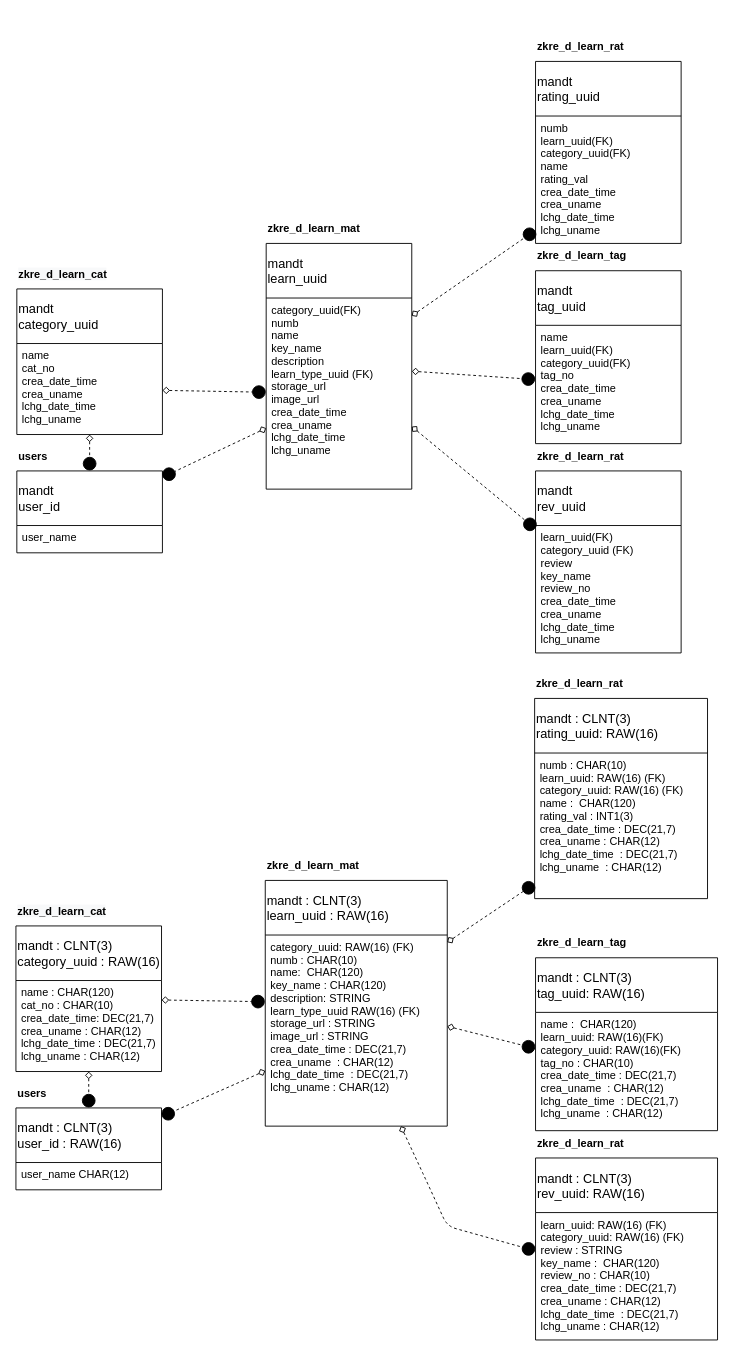
Earlier version of the draw.io diagram shema.drawio (EgorKrs/Asmodeus_app). Source tidied: cells renumbered, new cells numbered last; positions are measured from the earlier drawing's top-left corner, leaving out a move shared by most shapes. Both pictures are drawn from the tidied source at 91%, with x=0, y=0 at pixel (15, 34).
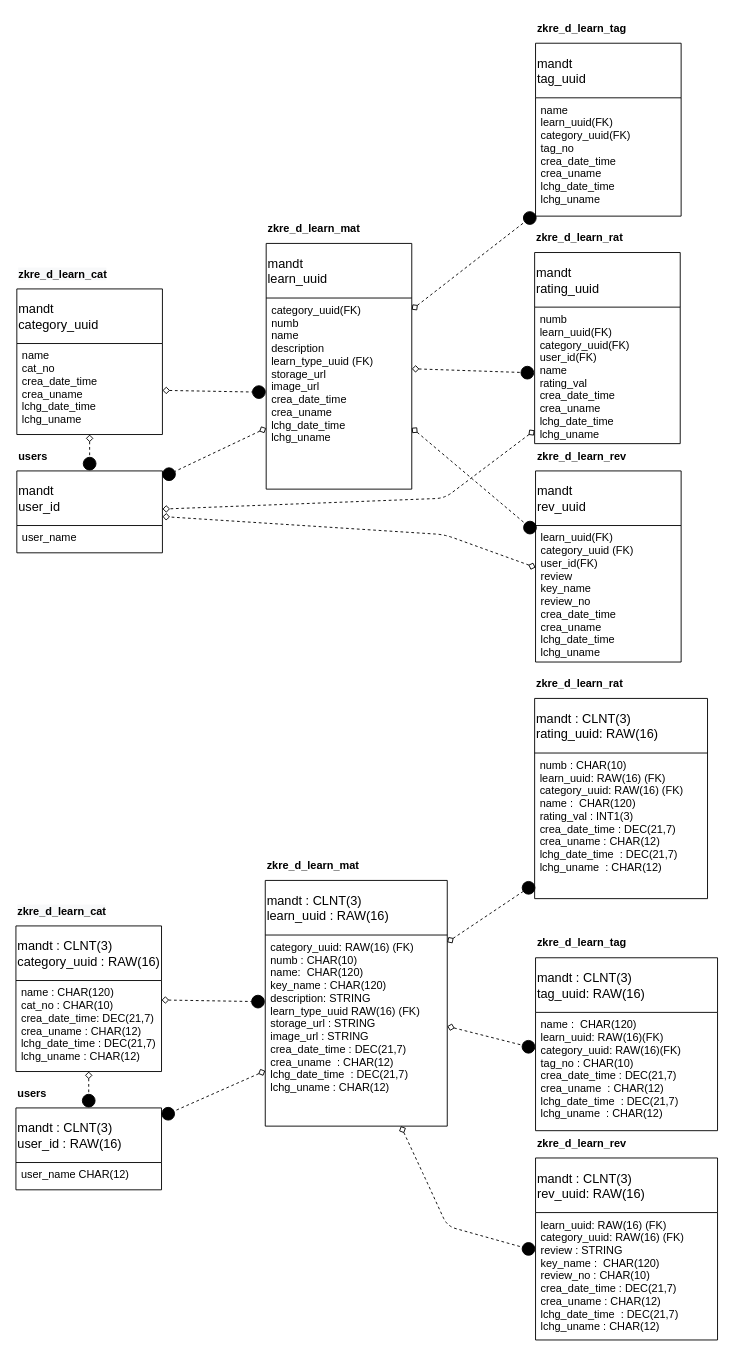
Above is the later version.

Unchanged cells that the change refers to:
```xml
<mxCell id="5" value="mandt&#10;learn_uuid" style="swimlane;fontStyle=0;horizontal=1;startSize=60;align=left;fontSize=14;" parent="1" vertex="1">
  <mxGeometry x="275" y="230" width="160" height="270" as="geometry" />
</mxCell>
<mxCell id="21" value="mandt&#10;user_id" style="swimlane;fontStyle=0;horizontal=1;startSize=60;align=left;fontSize=14;" parent="1" vertex="1">
  <mxGeometry x="1" y="480" width="160" height="90" as="geometry" />
</mxCell>
```

What changed in the source:
```diff
@@
-    <mxCell id="6" value="category_uuid(FK)&#10;numb            &#10;name            &#10;key_name        &#10;description     &#10;learn_type_uuid (FK)&#10;storage_url      &#10;image_url          &#10;crea_date_time &#10;crea_uname     &#10;lchg_date_time  &#10;lchg_uname     " style="text;strokeColor=none;fillColor=none;spacingLeft=4;spacingRight=4;overflow=hidden;points=[[0,0.5],[1,0.5]];portConstraint=eastwest;fontSize=12;align=left;" parent="5" vertex="1">
+    <mxCell id="6" value="category_uuid(FK)&#10;numb            &#10;name                    &#10;description     &#10;learn_type_uuid (FK)&#10;storage_url      &#10;image_url          &#10;crea_date_time &#10;crea_uname     &#10;lchg_date_time  &#10;lchg_uname     " style="text;strokeColor=none;fillColor=none;spacingLeft=4;spacingRight=4;overflow=hidden;points=[[0,0.5],[1,0.5]];portConstraint=eastwest;fontSize=12;align=left;" parent="5" vertex="1">
       <mxGeometry y="60" width="160" height="210" as="geometry" />
     </mxCell>
@@
     <mxCell id="8" value="mandt&#10;rating_uuid" style="swimlane;fontStyle=0;horizontal=1;startSize=60;align=left;fontSize=14;" parent="1" vertex="1">
-      <mxGeometry x="571" y="30" width="160" height="200" as="geometry" />
+      <mxGeometry x="570" y="240" width="160" height="210" as="geometry" />
     </mxCell>
-    <mxCell id="9" value="numb              &#10;learn_uuid(FK)        &#10;category_uuid(FK)  &#10;name            &#10;rating_val             &#10;crea_date_time &#10;crea_uname     &#10;lchg_date_time  &#10;lchg_uname     " style="text;strokeColor=none;fillColor=none;spacingLeft=4;spacingRight=4;overflow=hidden;points=[[0,0.5],[1,0.5]];portConstraint=eastwest;fontSize=12;align=left;" parent="8" vertex="1">
-      <mxGeometry y="60" width="160" height="140" as="geometry" />
+    <mxCell id="9" value="numb              &#10;learn_uuid(FK)        &#10;category_uuid(FK) &#10;user_id(FK) &#10;name            &#10;rating_val             &#10;crea_date_time &#10;crea_uname     &#10;lchg_date_time  &#10;lchg_uname     " style="text;strokeColor=none;fillColor=none;spacingLeft=4;spacingRight=4;overflow=hidden;points=[[0,0.5],[1,0.5]];portConstraint=eastwest;fontSize=12;align=left;" parent="8" vertex="1">
+      <mxGeometry y="60" width="160" height="150" as="geometry" />
     </mxCell>
     <mxCell id="10" value="&lt;div style=&quot;text-align: center&quot;&gt;&lt;span&gt;&lt;b&gt;zkre_d_learn_rat&lt;/b&gt;&lt;/span&gt;&lt;/div&gt;" style="text;whiteSpace=wrap;html=1;" parent="1" vertex="1">
-      <mxGeometry x="571" width="120" height="30" as="geometry" />
+      <mxGeometry x="570" y="210" width="120" height="30" as="geometry" />
     </mxCell>
     <mxCell id="11" value="mandt&#10;rev_uuid" style="swimlane;fontStyle=0;horizontal=1;startSize=60;align=left;fontSize=14;" parent="1" vertex="1">
-      <mxGeometry x="571" y="480" width="160" height="200" as="geometry" />
+      <mxGeometry x="571" y="480" width="160" height="210" as="geometry" />
     </mxCell>
-    <mxCell id="12" value="learn_uuid(FK)&#10;category_uuid (FK)&#10;review       &#10;key_name    &#10;review_no                  &#10;crea_date_time &#10;crea_uname     &#10;lchg_date_time  &#10;lchg_uname     " style="text;strokeColor=none;fillColor=none;spacingLeft=4;spacingRight=4;overflow=hidden;points=[[0,0.5],[1,0.5]];portConstraint=eastwest;fontSize=12;align=left;" parent="11" vertex="1">
-      <mxGeometry y="60" width="160" height="140" as="geometry" />
+    <mxCell id="12" value="learn_uuid(FK)&#10;category_uuid (FK)&#10;user_id(FK)&#10;review       &#10;key_name    &#10;review_no                  &#10;crea_date_time &#10;crea_uname     &#10;lchg_date_time  &#10;lchg_uname     " style="text;strokeColor=none;fillColor=none;spacingLeft=4;spacingRight=4;overflow=hidden;points=[[0,0.5],[1,0.5]];portConstraint=eastwest;fontSize=12;align=left;" parent="11" vertex="1">
+      <mxGeometry y="60" width="160" height="150" as="geometry" />
     </mxCell>
-    <mxCell id="13" value="&lt;div style=&quot;text-align: center&quot;&gt;&lt;span&gt;&lt;b&gt;zkre_d_learn_rat&lt;/b&gt;&lt;/span&gt;&lt;/div&gt;" style="text;whiteSpace=wrap;html=1;" parent="1" vertex="1">
+    <mxCell id="13" value="&lt;div style=&quot;text-align: center&quot;&gt;&lt;span&gt;&lt;b&gt;zkre_d_learn_rev&lt;/b&gt;&lt;/span&gt;&lt;/div&gt;" style="text;whiteSpace=wrap;html=1;" parent="1" vertex="1">
       <mxGeometry x="571" y="450" width="120" height="30" as="geometry" />
     </mxCell>
     <mxCell id="14" value="mandt&#10;tag_uuid" style="swimlane;fontStyle=0;horizontal=1;startSize=60;align=left;fontSize=14;" parent="1" vertex="1">
-      <mxGeometry x="571" y="260" width="160" height="190" as="geometry" />
+      <mxGeometry x="571" y="10" width="160" height="190" as="geometry" />
     </mxCell>
@@
     <mxCell id="16" value="&lt;div style=&quot;text-align: center&quot;&gt;&lt;b&gt;zkre_d_learn_tag&lt;/b&gt;&lt;br&gt;&lt;/div&gt;" style="text;whiteSpace=wrap;html=1;" parent="1" vertex="1">
-      <mxGeometry x="571" y="230" width="120" height="30" as="geometry" />
+      <mxGeometry x="571" y="-20" width="120" height="30" as="geometry" />
     </mxCell>
@@
-    <mxCell id="35" value="&lt;div style=&quot;text-align: center&quot;&gt;&lt;span&gt;&lt;b&gt;zkre_d_learn_rat&lt;/b&gt;&lt;/span&gt;&lt;/div&gt;" style="text;whiteSpace=wrap;html=1;" parent="1" vertex="1">
+    <mxCell id="35" value="&lt;div style=&quot;text-align: center&quot;&gt;&lt;span&gt;&lt;b&gt;zkre_d_learn_rev&lt;/b&gt;&lt;/span&gt;&lt;/div&gt;" style="text;whiteSpace=wrap;html=1;" parent="1" vertex="1">
       <mxGeometry x="571" y="1205" width="120" height="30" as="geometry" />
     </mxCell>
@@
+    <mxCell id="50" style="endArrow=diamond;html=1;startArrow=diamond;startFill=0;endFill=0;dashed=1;" parent="1" edge="1" source="9" target="21">
+      <mxGeometry relative="1" as="geometry">
+        <Array as="points">
+          <mxPoint x="471" y="510" />
+        </Array>
+      </mxGeometry>
+    </mxCell>
+    <mxCell id="51" style="endArrow=diamond;html=1;startArrow=diamond;startFill=0;endFill=0;dashed=1;" parent="1" edge="1" source="12" target="21">
+      <mxGeometry relative="1" as="geometry">
+        <Array as="points">
+          <mxPoint x="471" y="550" />
+        </Array>
+      </mxGeometry>
+    </mxCell>
```
